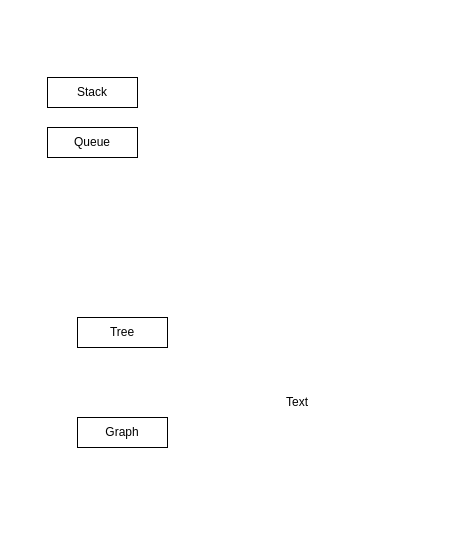
Above: DAA.drawio in haoboliu66/Diagram (draw.io), before the change. Source tidied: cells renumbered, new cells numbered last; positions are measured from the earlier drawing's top-left corner, leaving out a move shared by most shapes. Both pictures are drawn from the tidied source at 100%, with x=0, y=0 at pixel (47, 77).
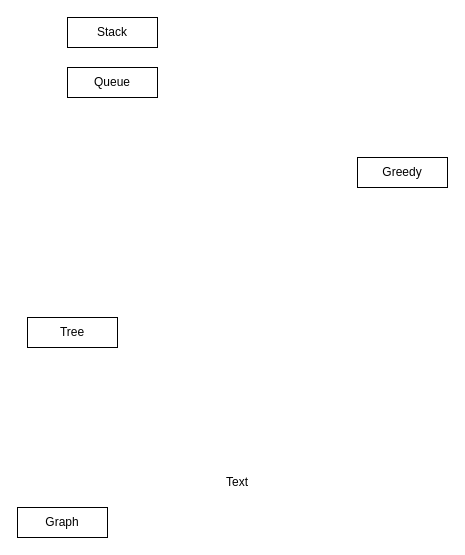
The same page after the edit.

Change to the diagram source:
```diff
@@
 <mxGraphModel>
   <root>
     <mxCell id="0" />
     <mxCell id="1" parent="0" />
     <mxCell id="2" value="Graph" style="rounded=0;whiteSpace=wrap;html=1;" parent="1" vertex="1">
-      <mxGeometry x="30" y="340" width="90" height="30" as="geometry" />
+      <mxGeometry x="-30" y="430" width="90" height="30" as="geometry" />
     </mxCell>
     <mxCell id="3" value="Text" style="text;html=1;align=center;verticalAlign=middle;whiteSpace=wrap;rounded=0;" parent="1" vertex="1">
-      <mxGeometry x="220" y="310" width="60" height="30" as="geometry" />
+      <mxGeometry x="160" y="390" width="60" height="30" as="geometry" />
     </mxCell>
     <mxCell id="4" value="Stack" style="rounded=0;whiteSpace=wrap;html=1;" parent="1" vertex="1">
-      <mxGeometry width="90" height="30" as="geometry" />
+      <mxGeometry x="20" y="-60" width="90" height="30" as="geometry" />
     </mxCell>
     <mxCell id="5" value="Queue" style="rounded=0;whiteSpace=wrap;html=1;" parent="1" vertex="1">
-      <mxGeometry y="50" width="90" height="30" as="geometry" />
+      <mxGeometry x="20" y="-10" width="90" height="30" as="geometry" />
     </mxCell>
     <mxCell id="6" value="Tree" style="rounded=0;whiteSpace=wrap;html=1;" parent="1" vertex="1">
-      <mxGeometry x="30" y="240" width="90" height="30" as="geometry" />
+      <mxGeometry x="-20" y="240" width="90" height="30" as="geometry" />
     </mxCell>
+    <mxCell id="7" value="Greedy" style="rounded=0;whiteSpace=wrap;html=1;" parent="1" vertex="1">
+      <mxGeometry x="310" y="80" width="90" height="30" as="geometry" />
+    </mxCell>
   </root>
 </mxGraphModel>
```
